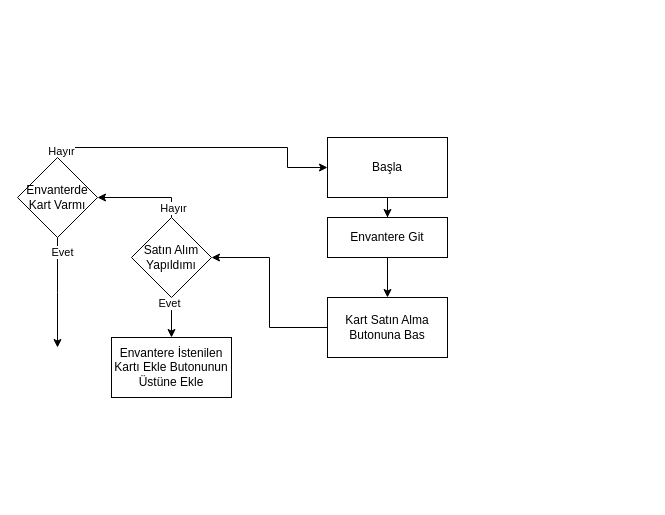
Earlier version of the draw.io diagram TidalOfPupetsV1.0/TidalOfPupetsStore.drawio (RecepCanSarac/TidalOfPuppetsV1.0). Source tidied: cells renumbered, new cells numbered last; positions are measured from the earlier drawing's top-left corner, leaving out a move shared by most shapes. Both pictures are drawn from the tidied source at 100%, with x=0, y=0 at pixel (17, 137).
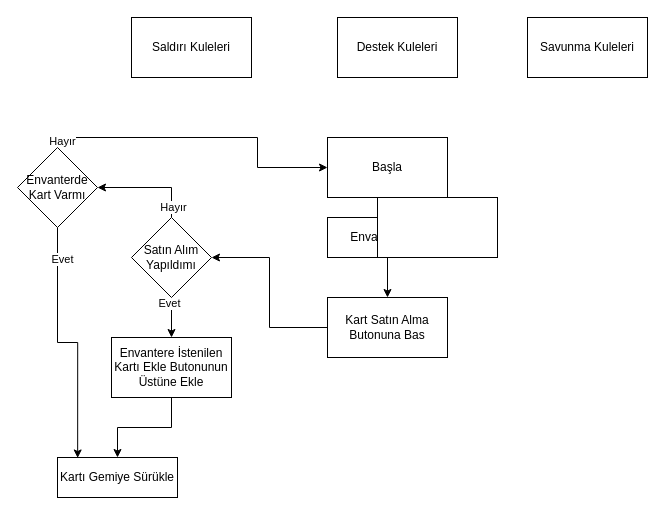
The same diagram, later.

Unchanged cells that the change refers to:
```xml
<mxCell id="3" value="Başla" style="rounded=0;whiteSpace=wrap;html=1;" parent="1" vertex="1">
  <mxGeometry x="310" width="120" height="60" as="geometry" />
</mxCell>
<mxCell id="11" value="Envantere İstenilen Kartı Ekle Butonunun Üstüne Ekle" style="whiteSpace=wrap;html=1;rounded=0;" parent="1" vertex="1">
  <mxGeometry x="94" y="200" width="120" height="60" as="geometry" />
</mxCell>
```

What changed in the source:
```diff
@@
+    <mxCell id="19" style="edgeStyle=orthogonalEdgeStyle;rounded=0;jettySize=auto;html=1;" parent="1" edge="1" source="11" target="20">
+      <mxGeometry relative="1" as="geometry" />
+    </mxCell>
@@
-    <mxCell id="14" style="edgeStyle=orthogonalEdgeStyle;rounded=0;jettySize=auto;html=1;entryX=0;entryY=0.5;entryDx=0;entryDy=0;" parent="1" edge="1" source="18" target="3">
+    <mxCell id="14" style="edgeStyle=orthogonalEdgeStyle;rounded=0;jettySize=auto;html=1;entryX=0;entryY=0.5;entryDx=0;entryDy=0;exitX=0.5;exitY=0;exitDx=0;exitDy=0;" parent="1" edge="1" source="18" target="3">
       <mxGeometry relative="1" as="geometry">
         <Array as="points">
-          <mxPoint x="40" y="10" />
-          <mxPoint x="270" y="10" />
-          <mxPoint x="270" y="30" />
+          <mxPoint x="40" />
+          <mxPoint x="240" />
+          <mxPoint x="240" y="30" />
         </Array>
       </mxGeometry>
     </mxCell>
@@
-    <mxCell id="16" style="edgeStyle=orthogonalEdgeStyle;rounded=0;jettySize=auto;html=1;exitX=0.5;exitY=1;exitDx=0;exitDy=0;" parent="1" edge="1" source="18">
-      <mxGeometry relative="1" as="geometry">
-        <mxPoint x="40" y="210" as="targetPoint" />
-      </mxGeometry>
+    <mxCell id="16" style="edgeStyle=orthogonalEdgeStyle;rounded=0;jettySize=auto;html=1;exitX=0.5;exitY=1;exitDx=0;exitDy=0;entryX=0.168;entryY=0.012;entryDx=0;entryDy=0;entryPerimeter=0;" parent="1" edge="1" source="18" target="20">
+      <mxGeometry relative="1" as="geometry" />
     </mxCell>
@@
     <mxCell id="18" value="Envanterde Kart Varmı" style="rhombus;whiteSpace=wrap;html=1;" parent="1" vertex="1">
-      <mxGeometry y="20" width="80" height="80" as="geometry" />
+      <mxGeometry y="10" width="80" height="80" as="geometry" />
     </mxCell>
+    <mxCell id="20" value="Kartı Gemiye Sürükle" style="rounded=0;whiteSpace=wrap;html=1;" parent="1" vertex="1">
+      <mxGeometry x="40" y="320" width="120" height="40" as="geometry" />
+    </mxCell>
+    <mxCell id="21" value="Saldırı Kuleleri" style="rounded=0;whiteSpace=wrap;html=1;" parent="1" vertex="1">
+      <mxGeometry x="114" y="-120" width="120" height="60" as="geometry" />
+    </mxCell>
+    <mxCell id="22" value="Destek Kuleleri" style="rounded=0;whiteSpace=wrap;html=1;" parent="1" vertex="1">
+      <mxGeometry x="320" y="-120" width="120" height="60" as="geometry" />
+    </mxCell>
+    <mxCell id="23" style="rounded=0;whiteSpace=wrap;html=1;" parent="1" vertex="1">
+      <mxGeometry x="360" y="60" width="120" height="60" as="geometry" />
+    </mxCell>
+    <mxCell id="24" value="Savunma Kuleleri" style="rounded=0;whiteSpace=wrap;html=1;" parent="1" vertex="1">
+      <mxGeometry x="510" y="-120" width="120" height="60" as="geometry" />
+    </mxCell>
```
